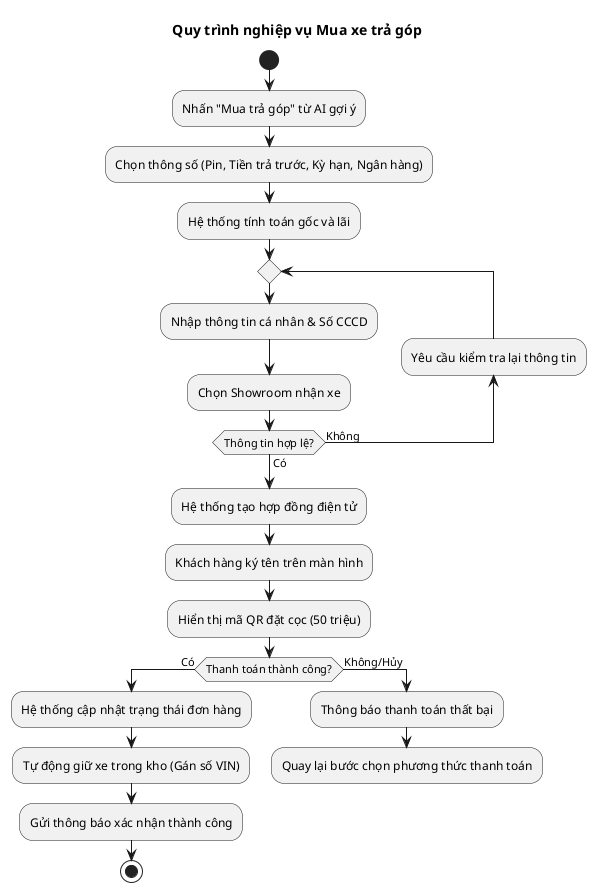
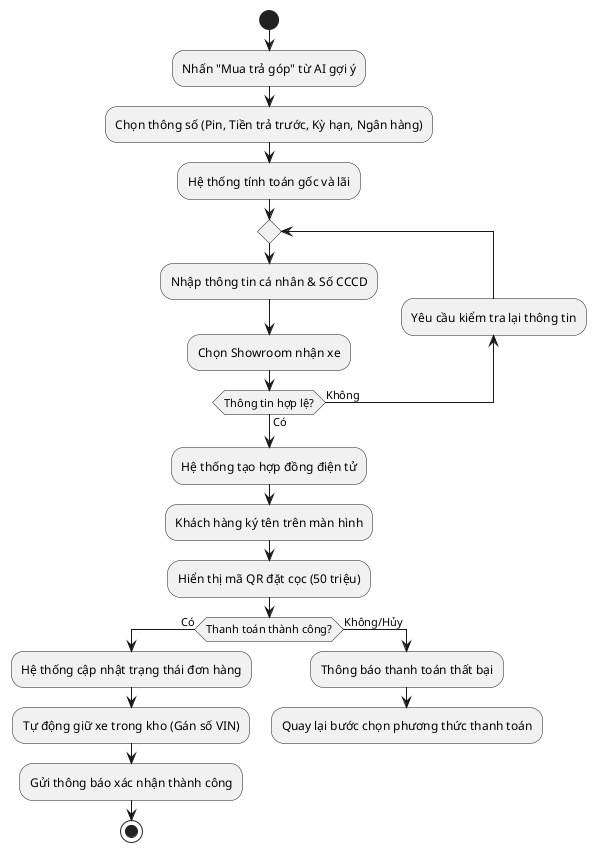
@startuml
- title Quy trình nghiệp vụ Mua xe trả góp
+ 

start
:Nhấn "Mua trả góp" từ AI gợi ý;
:Chọn thông số (Pin, Tiền trả trước, Kỳ hạn, Ngân hàng);
:Hệ thống tính toán gốc và lãi;

repeat
  :Nhập thông tin cá nhân & Số CCCD;
  :Chọn Showroom nhận xe;
backward :Yêu cầu kiểm tra lại thông tin;
repeat while (Thông tin hợp lệ?) is (Không) not (Có)

:Hệ thống tạo hợp đồng điện tử;
:Khách hàng ký tên trên màn hình;


    :Hiển thị mã QR đặt cọc (50 triệu);
    if (Thanh toán thành công?) then (Có)
        :Hệ thống cập nhật trạng thái đơn hàng;
        :Tự động giữ xe trong kho (Gán số VIN);
        :Gửi thông báo xác nhận thành công;
        stop
    else (Không/Hủy)
        :Thông báo thanh toán thất bại;
        :Quay lại bước chọn phương thức thanh toán;
        detach
    endif

@enduml